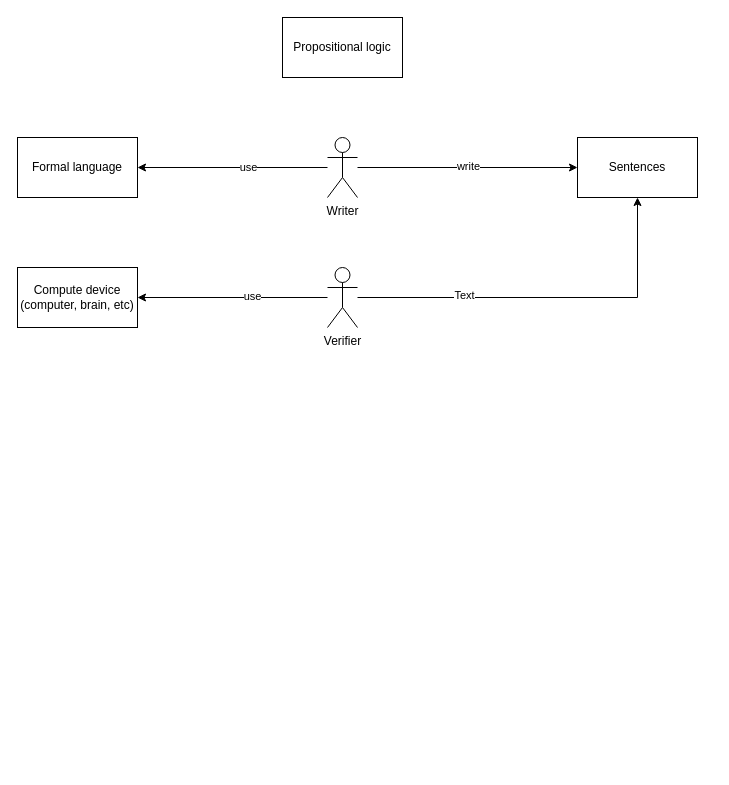
The draw.io diagram logic_conceptual.drawio in madmag77/diagrams, before the edit. Source tidied: cells renumbered, new cells numbered last; positions are measured from the earlier drawing's top-left corner, leaving out a move shared by most shapes. Both pictures are drawn from the tidied source at 100%, with x=0, y=0 at pixel (17, 17).
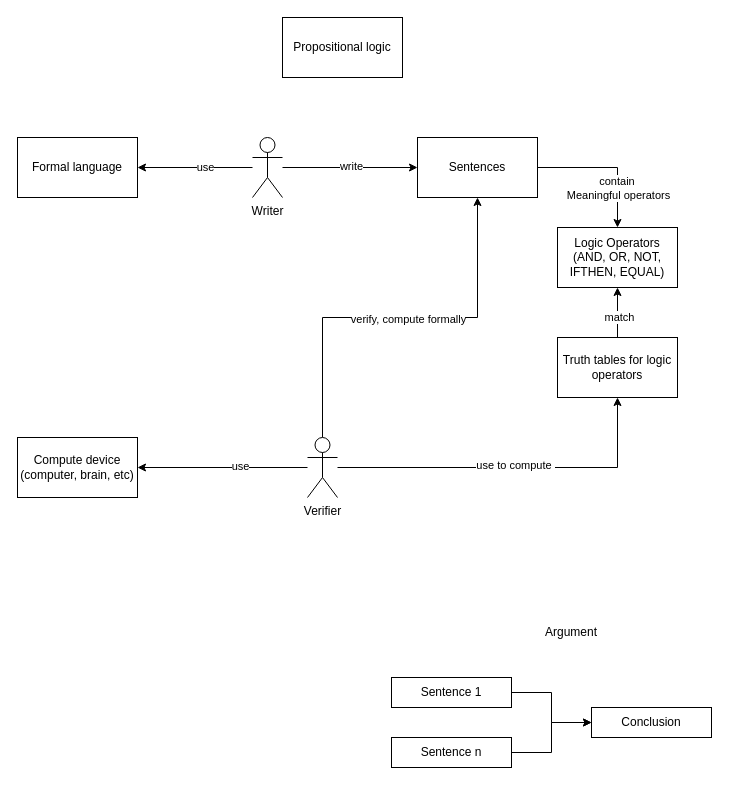
After the change.

Diff of the diagram source:
```diff
@@
     <mxCell id="6" value="Writer" style="shape=umlActor;verticalLabelPosition=bottom;verticalAlign=top;html=1;outlineConnect=0;" parent="1" vertex="1">
-      <mxGeometry x="310" y="120" width="30" height="60" as="geometry" />
+      <mxGeometry x="235" y="120" width="30" height="60" as="geometry" />
     </mxCell>
@@
+    <mxCell id="16" style="edgeStyle=orthogonalEdgeStyle;rounded=0;jettySize=auto;html=1;" parent="1" edge="1" source="8" target="21">
+      <mxGeometry relative="1" as="geometry" />
+    </mxCell>
+    <mxCell id="17" value="contain&amp;nbsp;&lt;div&gt;Meaningful operators&lt;/div&gt;" style="edgeLabel;html=1;align=center;verticalAlign=middle;" parent="16" vertex="1">
+      <mxGeometry x="-0.04" y="-1" relative="1" as="geometry">
+        <mxPoint x="13" y="19" as="offset" />
+      </mxGeometry>
+    </mxCell>
     <mxCell id="8" value="Sentences" style="rounded=0;whiteSpace=wrap;html=1;" parent="1" vertex="1">
-      <mxGeometry x="560" y="120" width="120" height="60" as="geometry" />
+      <mxGeometry x="400" y="120" width="120" height="60" as="geometry" />
     </mxCell>
@@
     <mxCell id="10" value="Compute device (computer, brain, etc)" style="rounded=0;whiteSpace=wrap;html=1;" parent="1" vertex="1">
-      <mxGeometry y="250" width="120" height="60" as="geometry" />
+      <mxGeometry y="420" width="120" height="60" as="geometry" />
     </mxCell>
@@
+    <mxCell id="18" style="edgeStyle=orthogonalEdgeStyle;rounded=0;jettySize=auto;html=1;entryX=0.5;entryY=1;entryDx=0;entryDy=0;" parent="1" edge="1" source="15" target="24">
+      <mxGeometry relative="1" as="geometry" />
+    </mxCell>
+    <mxCell id="19" value="use to compute&amp;nbsp;" style="edgeLabel;html=1;align=center;verticalAlign=middle;" parent="18" vertex="1">
+      <mxGeometry x="0.01" y="3" relative="1" as="geometry" />
+    </mxCell>
-    <mxCell id="13" style="edgeStyle=orthogonalEdgeStyle;rounded=0;jettySize=auto;html=1;" parent="1" edge="1" source="15" target="8">
+    <mxCell id="13" style="edgeStyle=orthogonalEdgeStyle;rounded=0;jettySize=auto;html=1;exitX=0.5;exitY=0;exitDx=0;exitDy=0;exitPerimeter=0;" parent="1" edge="1" source="15" target="8">
       <mxGeometry relative="1" as="geometry" />
     </mxCell>
-    <mxCell id="14" value="Text" style="edgeLabel;html=1;align=center;verticalAlign=middle;" parent="13" vertex="1">
-      <mxGeometry x="-0.44" y="3" relative="1" as="geometry" />
-    </mxCell>
+    <mxCell id="20" value="verify, compute formally" style="edgeLabel;html=1;align=center;verticalAlign=middle;" parent="13" vertex="1">
+      <mxGeometry x="0.04" y="-1" relative="1" as="geometry" />
+    </mxCell>
     <mxCell id="15" value="Verifier" style="shape=umlActor;verticalLabelPosition=bottom;verticalAlign=top;html=1;outlineConnect=0;" parent="1" vertex="1">
-      <mxGeometry x="310" y="250" width="30" height="60" as="geometry" />
+      <mxGeometry x="290" y="420" width="30" height="60" as="geometry" />
     </mxCell>
+    <mxCell id="21" value="Logic Operators (AND, OR, NOT, IFTHEN, EQUAL)" style="rounded=0;whiteSpace=wrap;html=1;" parent="1" vertex="1">
+      <mxGeometry x="540" y="210" width="120" height="60" as="geometry" />
+    </mxCell>
+    <mxCell id="22" style="edgeStyle=orthogonalEdgeStyle;rounded=0;jettySize=auto;html=1;entryX=0.5;entryY=1;entryDx=0;entryDy=0;" parent="1" edge="1" source="24" target="21">
+      <mxGeometry relative="1" as="geometry" />
+    </mxCell>
+    <mxCell id="23" value="match" style="edgeLabel;html=1;align=center;verticalAlign=middle;" parent="22" vertex="1">
+      <mxGeometry x="-0.16" y="-1" relative="1" as="geometry" />
+    </mxCell>
+    <mxCell id="24" value="Truth tables for logic operators" style="rounded=0;whiteSpace=wrap;html=1;" parent="1" vertex="1">
+      <mxGeometry x="540" y="320" width="120" height="60" as="geometry" />
+    </mxCell>
+    <mxCell id="25" style="edgeStyle=orthogonalEdgeStyle;rounded=0;jettySize=auto;html=1;" parent="1" edge="1" source="26" target="29">
+      <mxGeometry relative="1" as="geometry" />
+    </mxCell>
+    <mxCell id="26" value="Sentence 1" style="rounded=0;whiteSpace=wrap;html=1;" parent="1" vertex="1">
+      <mxGeometry x="374" y="660" width="120" height="30" as="geometry" />
+    </mxCell>
+    <mxCell id="27" style="edgeStyle=orthogonalEdgeStyle;rounded=0;jettySize=auto;html=1;" parent="1" edge="1" source="28" target="29">
+      <mxGeometry relative="1" as="geometry" />
+    </mxCell>
+    <mxCell id="28" value="Sentence n" style="rounded=0;whiteSpace=wrap;html=1;" parent="1" vertex="1">
+      <mxGeometry x="374" y="720" width="120" height="30" as="geometry" />
+    </mxCell>
+    <mxCell id="29" value="Conclusion" style="rounded=0;whiteSpace=wrap;html=1;" parent="1" vertex="1">
+      <mxGeometry x="574" y="690" width="120" height="30" as="geometry" />
+    </mxCell>
+    <mxCell id="30" value="Argument" style="text;html=1;align=center;verticalAlign=middle;whiteSpace=wrap;rounded=0;" parent="1" vertex="1">
+      <mxGeometry x="524" y="600" width="60" height="30" as="geometry" />
+    </mxCell>
```
